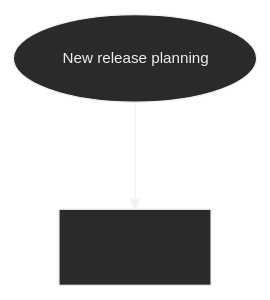
Earlier version of the draw.io export Reference project/Documents/Planning/New release diagram.svg (priest103/kb-obsidian-template). Source tidied: cells renumbered, new cells last; positions are measured from the earlier drawing's top-left corner, leaving out a move shared by most shapes. Its diagram source:
```xml
<mxGraphModel>
  <root>
    <mxCell id="0" />
    <mxCell id="1" parent="0" />
    <mxCell id="2" style="edgeStyle=none;html=1;" parent="1" edge="1" source="3" target="4">
      <mxGeometry relative="1" as="geometry" />
    </mxCell>
    <mxCell id="3" value="New release planning" style="ellipse;whiteSpace=wrap;html=1;" parent="1" vertex="1">
      <mxGeometry width="192" height="69" as="geometry" />
    </mxCell>
    <mxCell id="4" style="whiteSpace=wrap;html=1;" parent="1" vertex="1">
      <mxGeometry x="36" y="153.5" width="120" height="60" as="geometry" />
    </mxCell>
  </root>
</mxGraphModel>
```
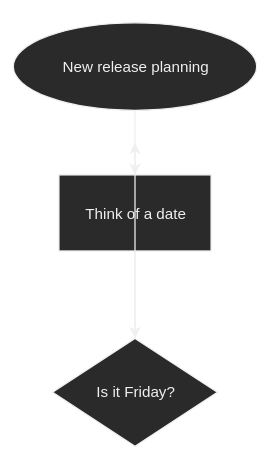
The same diagram one commit later.

Commit message:
vault backup: 2023-05-18 09:35:43

The edit, as a diff of the source:
```diff
@@ -8,8 +8,19 @@
     <mxCell id="3" value="New release planning" style="ellipse;whiteSpace=wrap;html=1;" parent="1" vertex="1">
       <mxGeometry width="192" height="69" as="geometry" />
     </mxCell>
+    <mxCell id="5" style="edgeStyle=none;html=1;" parent="1" edge="1" source="4" target="7">
+      <mxGeometry relative="1" as="geometry" />
+    </mxCell>
-    <mxCell id="4" style="whiteSpace=wrap;html=1;" parent="1" vertex="1">
-      <mxGeometry x="36" y="153.5" width="120" height="60" as="geometry" />
+    <mxCell id="4" value="Think of a date" style="whiteSpace=wrap;html=1;" parent="1" vertex="1">
+      <mxGeometry x="36" y="120" width="120" height="60" as="geometry" />
     </mxCell>
+    <mxCell id="6" style="edgeStyle=elbowEdgeStyle;html=1;" parent="1" edge="1" source="7">
+      <mxGeometry relative="1" as="geometry">
+        <mxPoint x="96" y="94.5" as="targetPoint" />
+      </mxGeometry>
+    </mxCell>
+    <mxCell id="7" value="Is it Friday?" style="rhombus;whiteSpace=wrap;html=1;" parent="1" vertex="1">
+      <mxGeometry x="31" y="249" width="130" height="85" as="geometry" />
+    </mxCell>
   </root>
 </mxGraphModel>
```
